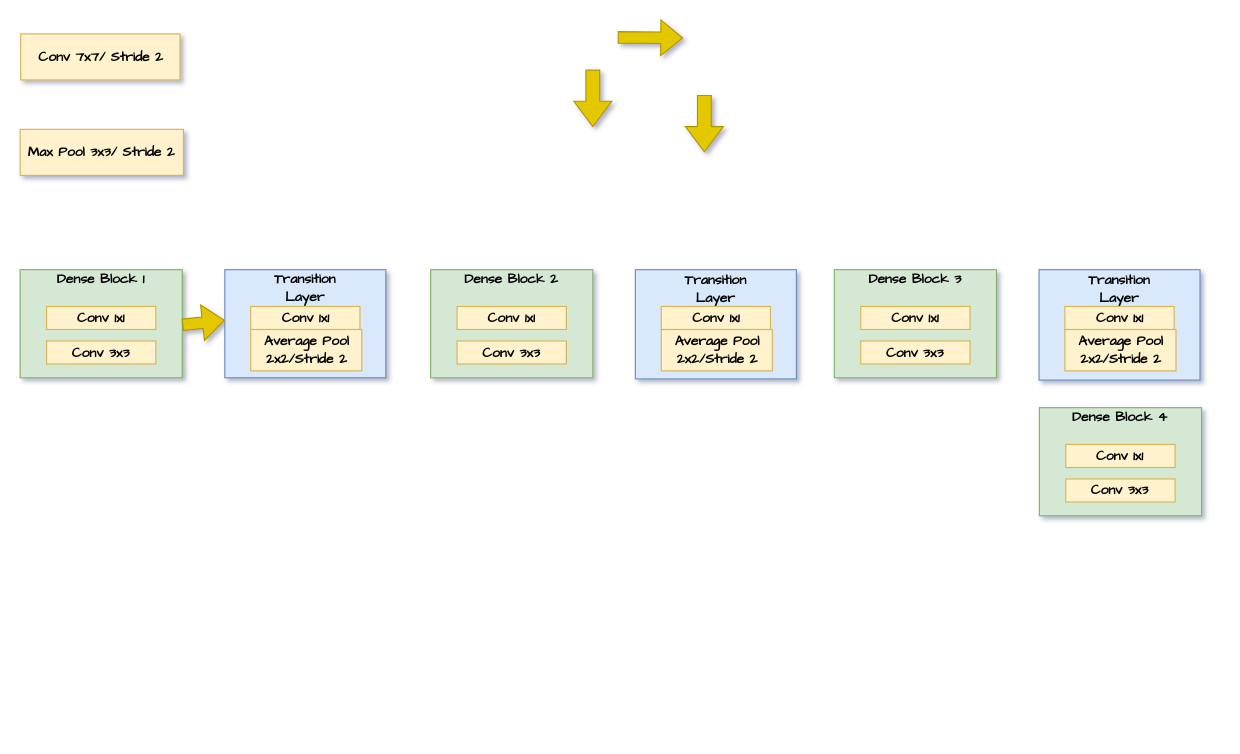
dhrubapuc23/Computer-Vision keeps this draw.io diagram as Untitled Diagram.drawio. Above is the earlier version. Source tidied: cells renumbered, new cells numbered last; positions are measured from the earlier drawing's top-left corner, leaving out a move shared by most shapes. Both pictures are drawn from the tidied source at 115%, with x=0, y=0 at pixel (20, 33).
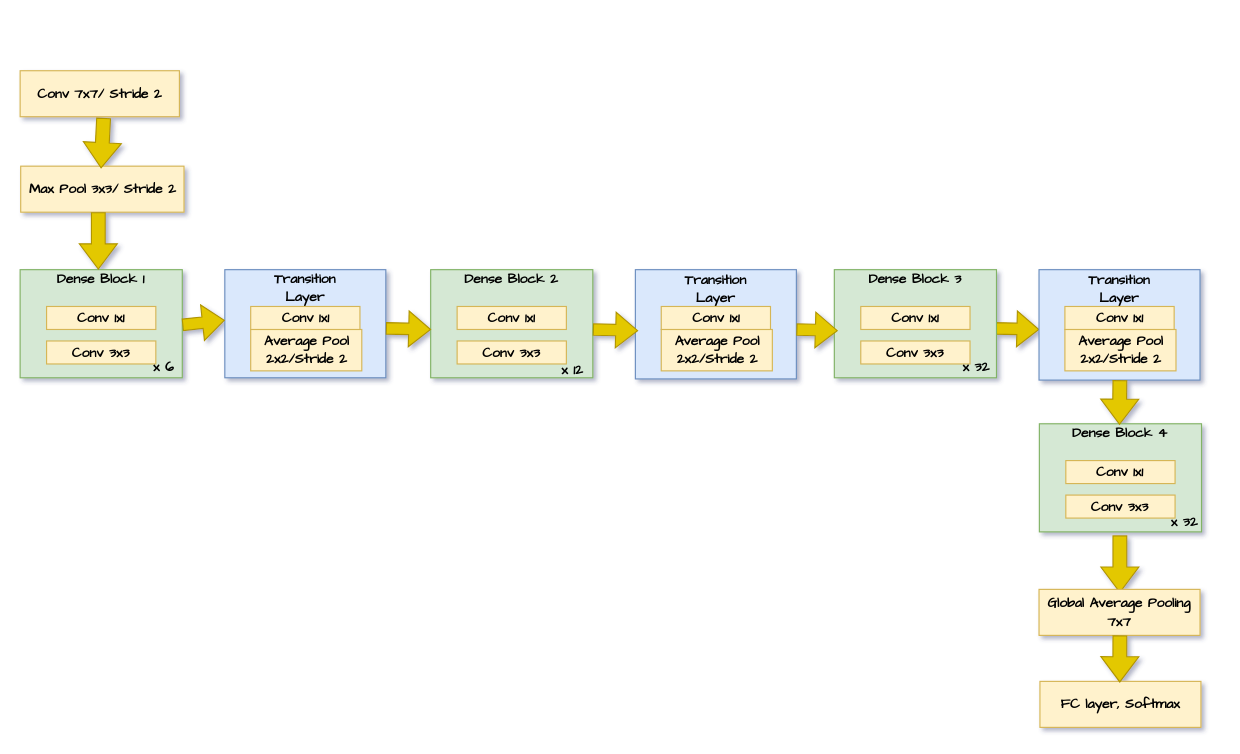
The same page after the edit.

What changed in the source:
```diff
@@
     <mxCell id="8" style="shape=flexArrow;endArrow=classic;html=1;rounded=0;fontFamily=Comic Sans MS;fillColor=#e3c800;strokeColor=#B09500;" parent="1" edge="1">
       <mxGeometry relative="1" as="geometry">
-        <mxPoint x="519.6" y="3" as="sourcePoint" />
-        <mxPoint x="576.6" y="3.5" as="targetPoint" />
+        <mxPoint x="846.9" y="256" as="sourcePoint" />
+        <mxPoint x="886.3" y="257" as="targetPoint" />
       </mxGeometry>
     </mxCell>
     <mxCell id="9" value="&lt;b&gt;&lt;font face=&quot;Comic Sans MS&quot;&gt;Max Pool 3x3/ Stride 2&lt;/font&gt;&lt;/b&gt;" style="rounded=0;whiteSpace=wrap;html=1;fillColor=#fff2cc;strokeColor=#d6b656;" parent="1" vertex="1">
-      <mxGeometry y="83" width="142" height="40" as="geometry" />
+      <mxGeometry x="0.5" y="115" width="142" height="40" as="geometry" />
     </mxCell>
     <mxCell id="10" value="&lt;b&gt;&lt;font face=&quot;Comic Sans MS&quot;&gt;Conv 7x7/ Stride 2&lt;/font&gt;&lt;/b&gt;" style="rounded=0;whiteSpace=wrap;html=1;fillColor=#fff2cc;strokeColor=#d6b656;" parent="1" vertex="1">
-      <mxGeometry x="0.5" width="138.5" height="40" as="geometry" />
+      <mxGeometry y="32" width="138.5" height="40" as="geometry" />
     </mxCell>
     <mxCell id="11" style="shape=flexArrow;endArrow=classic;html=1;rounded=0;fontFamily=Comic Sans MS;fillColor=#e3c800;strokeColor=#B09500;width=12;endSize=6.98;" parent="1" edge="1">
       <mxGeometry relative="1" as="geometry">
-        <mxPoint x="498" y="31" as="sourcePoint" />
-        <mxPoint x="498" y="81" as="targetPoint" />
+        <mxPoint x="956.3" y="436" as="sourcePoint" />
+        <mxPoint x="956.3" y="486" as="targetPoint" />
       </mxGeometry>
     </mxCell>
     <mxCell id="12" style="shape=flexArrow;endArrow=classic;html=1;rounded=0;fontFamily=Comic Sans MS;fillColor=#e3c800;strokeColor=#B09500;width=12;endSize=6.98;" parent="1" edge="1">
       <mxGeometry relative="1" as="geometry">
-        <mxPoint x="595" y="53" as="sourcePoint" />
-        <mxPoint x="595" y="103" as="targetPoint" />
+        <mxPoint x="68" y="155" as="sourcePoint" />
+        <mxPoint x="68" y="205" as="targetPoint" />
       </mxGeometry>
     </mxCell>
@@
     <mxCell id="26" value="&lt;div align=&quot;center&quot;&gt;&lt;font face=&quot;Comic Sans MS&quot;&gt;&lt;b&gt;&lt;br&gt;&lt;/b&gt;&lt;/font&gt;&lt;/div&gt;&lt;div align=&quot;center&quot;&gt;&lt;font face=&quot;Comic Sans MS&quot;&gt;&lt;b&gt;&lt;br&gt;&lt;/b&gt;&lt;/font&gt;&lt;/div&gt;&lt;div align=&quot;center&quot;&gt;&lt;font face=&quot;Comic Sans MS&quot;&gt;&lt;b&gt;Dense Block 4&lt;br&gt;&lt;/b&gt;&lt;/font&gt;&lt;/div&gt;&lt;div align=&quot;center&quot;&gt;&lt;font face=&quot;Comic Sans MS&quot;&gt;&lt;b&gt;&lt;br&gt;&lt;/b&gt;&lt;/font&gt;&lt;/div&gt;&lt;div align=&quot;center&quot;&gt;&lt;font face=&quot;Comic Sans MS&quot;&gt;&lt;b&gt;&lt;br&gt;&lt;/b&gt;&lt;/font&gt;&lt;/div&gt;&lt;div align=&quot;center&quot;&gt;&lt;font face=&quot;Comic Sans MS&quot;&gt;&lt;b&gt;&lt;br&gt;&lt;/b&gt;&lt;/font&gt;&lt;/div&gt;&lt;div align=&quot;center&quot;&gt;&lt;font face=&quot;Comic Sans MS&quot;&gt;&lt;b&gt;&lt;br&gt;&lt;/b&gt;&lt;/font&gt;&lt;/div&gt;&lt;div align=&quot;center&quot;&gt;&lt;font face=&quot;Comic Sans MS&quot;&gt;&lt;b&gt;&lt;br&gt;&lt;/b&gt;&lt;/font&gt;&lt;/div&gt;&lt;div align=&quot;center&quot;&gt;&lt;font face=&quot;Comic Sans MS&quot;&gt;&lt;b&gt;&lt;br&gt;&lt;/b&gt;&lt;/font&gt;&lt;/div&gt;&lt;div align=&quot;center&quot;&gt;&lt;font face=&quot;Comic Sans MS&quot;&gt;&lt;b&gt;&lt;br&gt;&lt;/b&gt;&lt;/font&gt;&lt;/div&gt;" style="rounded=0;whiteSpace=wrap;html=1;fillColor=#d5e8d4;strokeColor=#82b366;shadow=0;sketch=0;glass=0;rotation=0;backgroundOutline=1;align=center;" parent="1" vertex="1">
-      <mxGeometry x="886.3" y="325" width="141" height="94" as="geometry" />
+      <mxGeometry x="886.3" y="339" width="141" height="94" as="geometry" />
     </mxCell>
     <mxCell id="27" value="&lt;b&gt;&lt;font face=&quot;Comic Sans MS&quot;&gt;Conv 1x1&lt;/font&gt;&lt;/b&gt;" style="rounded=0;whiteSpace=wrap;html=1;fillColor=#fff2cc;strokeColor=#d6b656;" parent="1" vertex="1">
-      <mxGeometry x="909.3" y="357" width="95" height="20" as="geometry" />
+      <mxGeometry x="909.3" y="371" width="95" height="20" as="geometry" />
     </mxCell>
     <mxCell id="28" value="&lt;b&gt;&lt;font face=&quot;Comic Sans MS&quot;&gt;Conv 3x3&lt;/font&gt;&lt;/b&gt;" style="rounded=0;whiteSpace=wrap;html=1;fillColor=#fff2cc;strokeColor=#d6b656;" parent="1" vertex="1">
-      <mxGeometry x="909.3" y="387" width="95" height="20" as="geometry" />
+      <mxGeometry x="909.3" y="401" width="95" height="20" as="geometry" />
     </mxCell>
+    <mxCell id="29" style="shape=flexArrow;endArrow=classic;html=1;rounded=0;fontFamily=Comic Sans MS;fillColor=#e3c800;strokeColor=#B09500;" parent="1" edge="1">
+      <mxGeometry relative="1" as="geometry">
+        <mxPoint x="318" y="256" as="sourcePoint" />
+        <mxPoint x="357.4" y="257" as="targetPoint" />
+      </mxGeometry>
+    </mxCell>
+    <mxCell id="30" style="shape=flexArrow;endArrow=classic;html=1;rounded=0;fontFamily=Comic Sans MS;fillColor=#e3c800;strokeColor=#B09500;" parent="1" edge="1">
+      <mxGeometry relative="1" as="geometry">
+        <mxPoint x="498" y="257" as="sourcePoint" />
+        <mxPoint x="537.4" y="258" as="targetPoint" />
+      </mxGeometry>
+    </mxCell>
+    <mxCell id="31" style="shape=flexArrow;endArrow=classic;html=1;rounded=0;fontFamily=Comic Sans MS;fillColor=#e3c800;strokeColor=#B09500;" parent="1" edge="1">
+      <mxGeometry relative="1" as="geometry">
+        <mxPoint x="675" y="257" as="sourcePoint" />
+        <mxPoint x="711" y="258" as="targetPoint" />
+      </mxGeometry>
+    </mxCell>
+    <mxCell id="32" style="shape=flexArrow;endArrow=classic;html=1;rounded=0;fontFamily=Comic Sans MS;fillColor=#e3c800;strokeColor=#B09500;width=12;endSize=6.98;" parent="1" edge="1">
+      <mxGeometry relative="1" as="geometry">
+        <mxPoint x="956.3" y="301" as="sourcePoint" />
+        <mxPoint x="956" y="340" as="targetPoint" />
+      </mxGeometry>
+    </mxCell>
+    <mxCell id="33" value="&lt;b&gt;&lt;font face=&quot;Comic Sans MS&quot;&gt;Global Average Pooling&lt;/font&gt;&lt;/b&gt; &lt;b&gt;&lt;font face=&quot;Comic Sans MS&quot;&gt;7x7&lt;/font&gt;&lt;/b&gt;" style="rounded=0;whiteSpace=wrap;html=1;fillColor=#fff2cc;strokeColor=#d6b656;" parent="1" vertex="1">
+      <mxGeometry x="886" y="483" width="140" height="40" as="geometry" />
+    </mxCell>
+    <mxCell id="34" value="&lt;b&gt;&lt;font face=&quot;Comic Sans MS&quot;&gt;FC layer, Softmax&lt;/font&gt;&lt;/b&gt;" style="rounded=0;whiteSpace=wrap;html=1;fillColor=#fff2cc;strokeColor=#d6b656;" parent="1" vertex="1">
+      <mxGeometry x="886.8" y="563" width="140" height="40" as="geometry" />
+    </mxCell>
+    <mxCell id="35" style="shape=flexArrow;endArrow=classic;html=1;rounded=0;fontFamily=Comic Sans MS;fillColor=#e3c800;strokeColor=#B09500;width=12;endSize=6.98;" parent="1" edge="1">
+      <mxGeometry relative="1" as="geometry">
+        <mxPoint x="72.6" y="73" as="sourcePoint" />
+        <mxPoint x="70.4" y="117" as="targetPoint" />
+      </mxGeometry>
+    </mxCell>
+    <mxCell id="36" style="shape=flexArrow;endArrow=classic;html=1;rounded=0;fontFamily=Comic Sans MS;fillColor=#e3c800;strokeColor=#B09500;width=12;endSize=6.98;entryX=0.496;entryY=0.025;entryDx=0;entryDy=0;entryPerimeter=0;" parent="1" edge="1" target="34">
+      <mxGeometry relative="1" as="geometry">
+        <mxPoint x="956.3" y="523" as="sourcePoint" />
+      </mxGeometry>
+    </mxCell>
+    <mxCell id="37" value="&lt;b&gt;x 6&lt;/b&gt;" style="text;whiteSpace=wrap;html=1;fontFamily=Comic Sans MS;" parent="1" vertex="1">
+      <mxGeometry x="114" y="277" width="38" height="28" as="geometry" />
+    </mxCell>
+    <mxCell id="38" value="&lt;b&gt;x 12&lt;/b&gt;" style="text;whiteSpace=wrap;html=1;fontFamily=Comic Sans MS;" parent="1" vertex="1">
+      <mxGeometry x="469" y="279" width="38" height="28" as="geometry" />
+    </mxCell>
+    <mxCell id="39" value="&lt;b&gt;x 32&lt;br&gt;&lt;/b&gt;" style="text;whiteSpace=wrap;html=1;fontFamily=Comic Sans MS;" parent="1" vertex="1">
+      <mxGeometry x="818" y="277" width="38" height="28" as="geometry" />
+    </mxCell>
+    <mxCell id="40" value="&lt;b&gt;x 32&lt;br&gt;&lt;/b&gt;" style="text;whiteSpace=wrap;html=1;fontFamily=Comic Sans MS;" parent="1" vertex="1">
+      <mxGeometry x="999" y="411" width="38" height="28" as="geometry" />
+    </mxCell>
```
